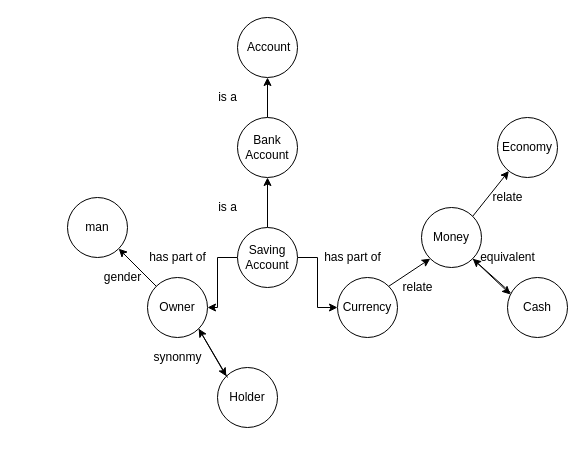
Before: assets/classification.drawio in ganisback/draw.io, a draw.io diagram. Source tidied: cells renumbered, new cells numbered last; positions are measured from the earlier drawing's top-left corner, leaving out a move shared by most shapes. Both pictures are drawn from the tidied source at 100%, with x=0, y=0 at pixel (67, 17).
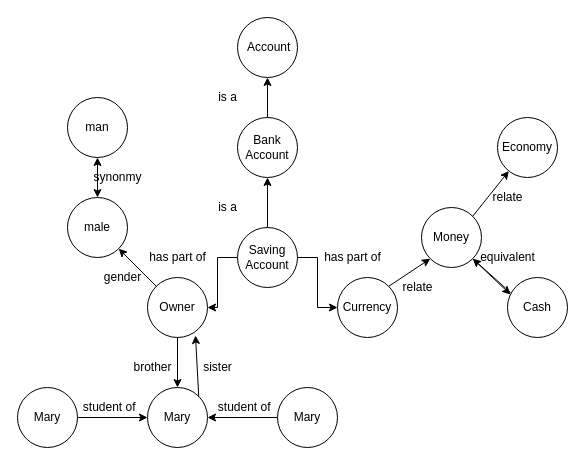
Above is the later version.

The change refers to these unchanged cells:
```xml
<mxCell id="11" value="Owner" style="ellipse;whiteSpace=wrap;html=1;" parent="1" vertex="1">
  <mxGeometry x="80" y="260" width="60" height="60" as="geometry" />
</mxCell>
```

The edit, as a diff of the source:
```diff
@@
-    <mxCell id="21" value="Holder" style="ellipse;whiteSpace=wrap;html=1;" parent="1" vertex="1">
-      <mxGeometry x="150" y="350" width="60" height="60" as="geometry" />
+    <mxCell id="21" value="man" style="ellipse;whiteSpace=wrap;html=1;" parent="1" vertex="1">
+      <mxGeometry y="80" width="60" height="60" as="geometry" />
     </mxCell>
-    <mxCell id="22" style="endArrow=classic;html=1;rounded=0;exitX=1;exitY=1;exitDx=0;exitDy=0;entryX=0;entryY=0;entryDx=0;entryDy=0;" parent="1" edge="1" source="11" target="21">
-      <mxGeometry relative="1" as="geometry" />
-    </mxCell>
-    <mxCell id="23" style="endArrow=classic;html=1;rounded=0;entryX=1;entryY=1;entryDx=0;entryDy=0;" parent="1" edge="1" target="11">
-      <mxGeometry relative="1" as="geometry">
-        <mxPoint x="160" y="360" as="sourcePoint" />
-      </mxGeometry>
-    </mxCell>
-    <mxCell id="24" value="synonmy" style="text;html=1;align=center;verticalAlign=middle;strokeColor=none;fillColor=none;" parent="1" vertex="1">
-      <mxGeometry x="80" y="330" width="60" height="20" as="geometry" />
-    </mxCell>
@@
-    <mxCell id="29" value="man" style="ellipse;whiteSpace=wrap;html=1;" parent="1" vertex="1">
+    <mxCell id="29" value="male" style="ellipse;whiteSpace=wrap;html=1;" parent="1" vertex="1">
       <mxGeometry y="180" width="60" height="60" as="geometry" />
     </mxCell>
@@
+    <mxCell id="32" value="Mary" style="ellipse;whiteSpace=wrap;html=1;" parent="1" vertex="1">
+      <mxGeometry x="80" y="370" width="60" height="60" as="geometry" />
+    </mxCell>
+    <mxCell id="33" style="endArrow=classic;html=1;rounded=0;exitX=0.5;exitY=1;exitDx=0;exitDy=0;" parent="1" edge="1" source="11" target="32">
+      <mxGeometry relative="1" as="geometry" />
+    </mxCell>
+    <mxCell id="34" style="endArrow=classic;html=1;rounded=0;exitX=1;exitY=0;exitDx=0;exitDy=0;entryX=0.8;entryY=0.967;entryDx=0;entryDy=0;entryPerimeter=0;" parent="1" edge="1" source="32" target="11">
+      <mxGeometry relative="1" as="geometry" />
+    </mxCell>
+    <mxCell id="35" value="sister" style="text;html=1;align=center;verticalAlign=middle;strokeColor=none;fillColor=none;" parent="1" vertex="1">
+      <mxGeometry x="130" y="340" width="40" height="20" as="geometry" />
+    </mxCell>
+    <mxCell id="36" value="brother" style="text;html=1;align=center;verticalAlign=middle;strokeColor=none;fillColor=none;" parent="1" vertex="1">
+      <mxGeometry x="60" y="340" width="50" height="20" as="geometry" />
+    </mxCell>
+    <mxCell id="37" style="endArrow=classic;startArrow=classic;html=1;rounded=0;exitX=0.5;exitY=0;exitDx=0;exitDy=0;entryX=0.5;entryY=1;entryDx=0;entryDy=0;" parent="1" edge="1" source="29" target="21">
+      <mxGeometry relative="1" as="geometry" />
+    </mxCell>
+    <mxCell id="24" value="synonmy" style="text;html=1;align=center;verticalAlign=middle;strokeColor=none;fillColor=none;" parent="1" vertex="1">
+      <mxGeometry x="20" y="150" width="60" height="20" as="geometry" />
+    </mxCell>
+    <mxCell id="38" style="edgeStyle=orthogonalEdgeStyle;rounded=0;jettySize=auto;html=1;" parent="1" edge="1" source="39" target="32">
+      <mxGeometry relative="1" as="geometry" />
+    </mxCell>
+    <mxCell id="39" value="Mary" style="ellipse;whiteSpace=wrap;html=1;" parent="1" vertex="1">
+      <mxGeometry x="-50" y="370" width="60" height="60" as="geometry" />
+    </mxCell>
+    <mxCell id="40" style="edgeStyle=orthogonalEdgeStyle;rounded=0;jettySize=auto;html=1;" parent="1" edge="1" source="41" target="32">
+      <mxGeometry relative="1" as="geometry" />
+    </mxCell>
+    <mxCell id="41" value="Mary" style="ellipse;whiteSpace=wrap;html=1;" parent="1" vertex="1">
+      <mxGeometry x="210" y="370" width="60" height="60" as="geometry" />
+    </mxCell>
+    <mxCell id="42" value="&amp;nbsp;student of" style="text;html=1;align=center;verticalAlign=middle;strokeColor=none;fillColor=none;" parent="1" vertex="1">
+      <mxGeometry x="5" y="380" width="70" height="20" as="geometry" />
+    </mxCell>
+    <mxCell id="43" value="&amp;nbsp;student of" style="text;html=1;align=center;verticalAlign=middle;strokeColor=none;fillColor=none;" parent="1" vertex="1">
+      <mxGeometry x="140" y="380" width="70" height="20" as="geometry" />
+    </mxCell>
```
